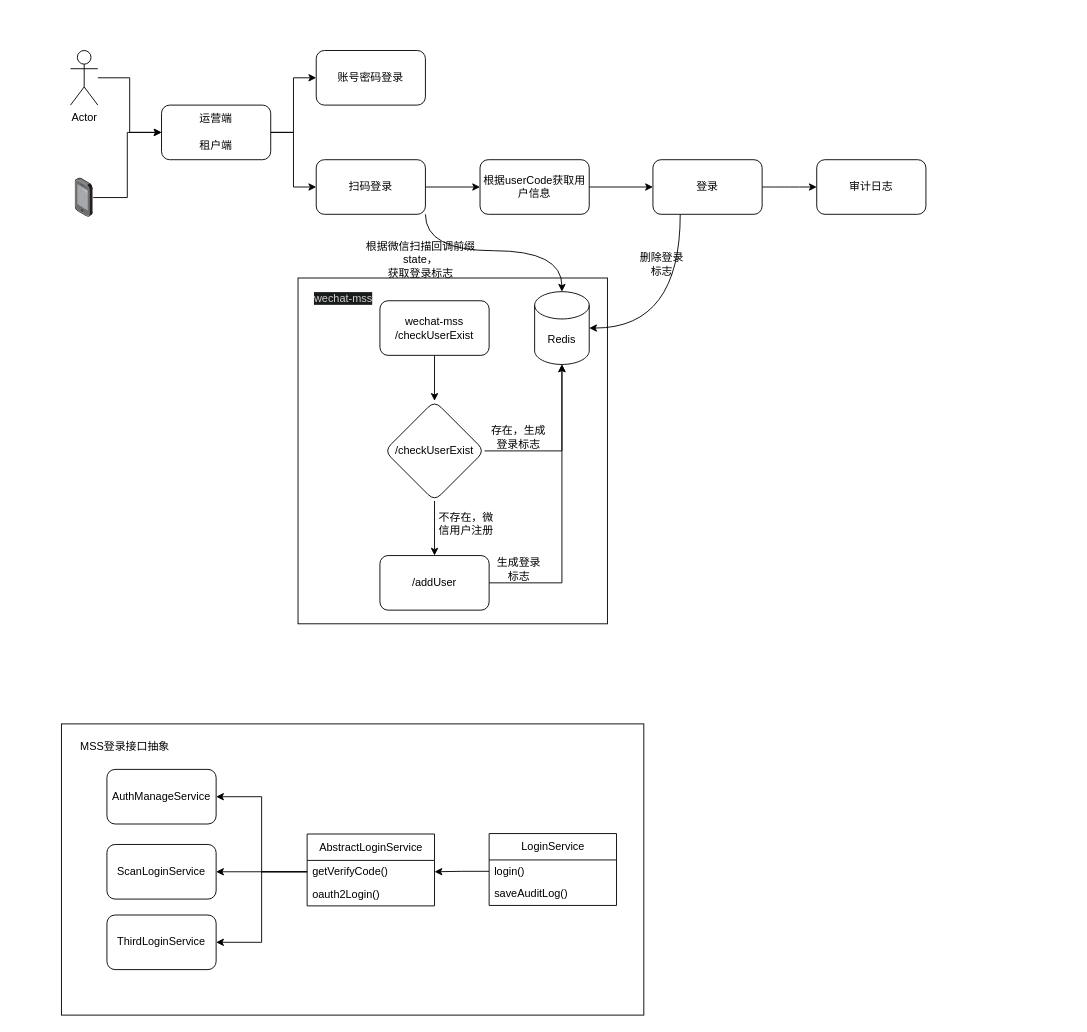
Before: ah-security/src/main/java/com/zhansc/ahsecurity/mss/mss登录认证.drawio in zhansc/worksheet, a draw.io diagram. Source tidied: cells renumbered, new cells numbered last; positions are measured from the earlier drawing's top-left corner, leaving out a move shared by most shapes. Both pictures are drawn from the tidied source at 91%, with x=0, y=0 at pixel (61, 50).
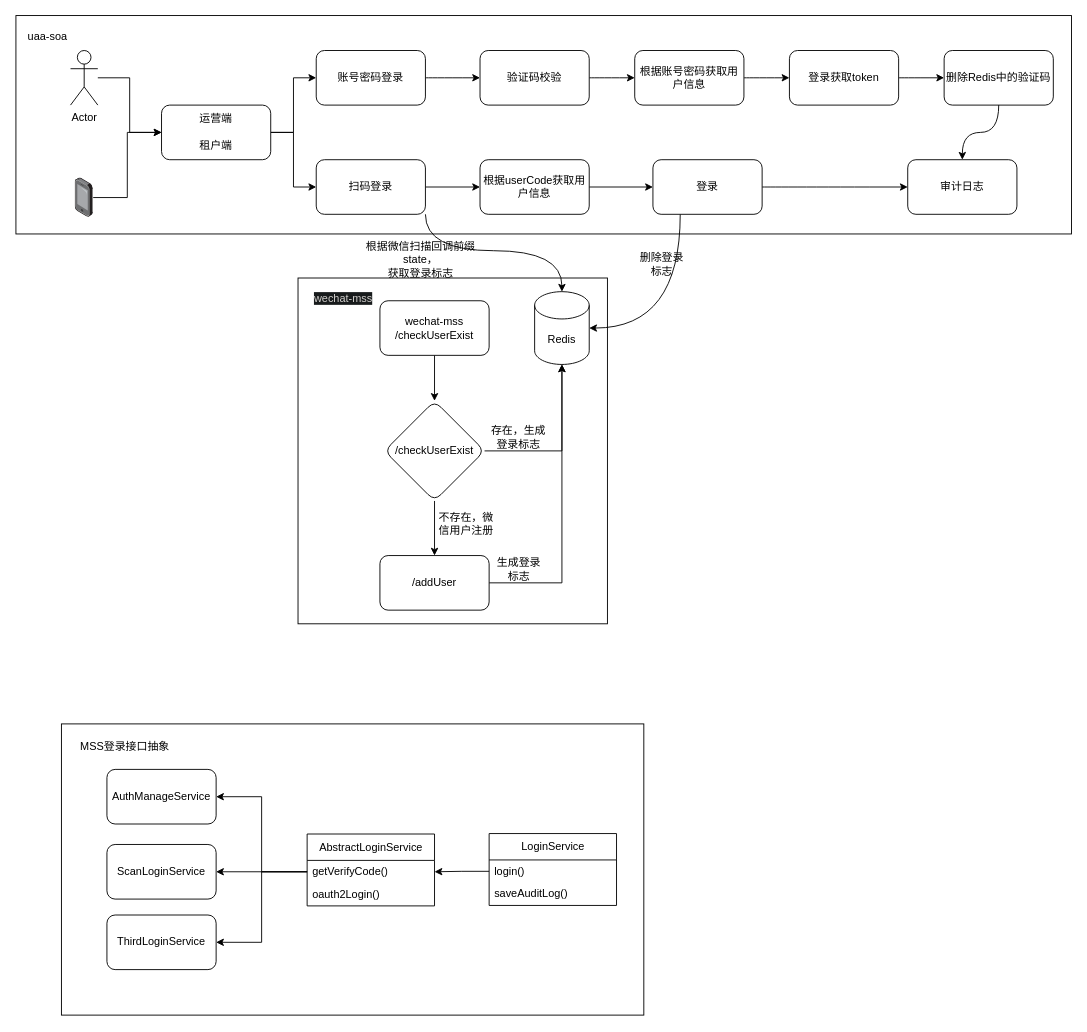
The same diagram, later.

Commit message:
更新mss登录认证.drawio

Unchanged cells that the change refers to:
```xml
<mxCell id="27" value="账号密码登录" style="rounded=1;whiteSpace=wrap;html=1;" parent="1" vertex="1">
  <mxGeometry x="280" width="120" height="60" as="geometry" />
</mxCell>
```

The edit, as a diff of the source:
```diff
@@
+    <mxCell id="51" style="rounded=0;whiteSpace=wrap;html=1;" parent="1" vertex="1">
+      <mxGeometry x="-50" y="-38.4" width="1160" height="240" as="geometry" />
+    </mxCell>
@@
+    <mxCell id="52" style="edgeStyle=orthogonalEdgeStyle;curved=1;rounded=0;jettySize=auto;html=1;" parent="1" edge="1" source="27" target="54">
+      <mxGeometry relative="1" as="geometry" />
+    </mxCell>
@@
     <mxCell id="50" value="审计日志" style="rounded=1;whiteSpace=wrap;html=1;" parent="1" vertex="1">
-      <mxGeometry x="830" y="120" width="120" height="60" as="geometry" />
+      <mxGeometry x="930" y="120" width="120" height="60" as="geometry" />
     </mxCell>
+    <mxCell id="53" style="edgeStyle=orthogonalEdgeStyle;curved=1;rounded=0;jettySize=auto;html=1;" parent="1" edge="1" source="54" target="56">
+      <mxGeometry relative="1" as="geometry" />
+    </mxCell>
+    <mxCell id="54" value="验证码校验" style="rounded=1;whiteSpace=wrap;html=1;" parent="1" vertex="1">
+      <mxGeometry x="460" width="120" height="60" as="geometry" />
+    </mxCell>
+    <mxCell id="55" style="edgeStyle=orthogonalEdgeStyle;curved=1;rounded=0;jettySize=auto;html=1;" parent="1" edge="1" source="56" target="58">
+      <mxGeometry relative="1" as="geometry" />
+    </mxCell>
+    <mxCell id="56" value="根据账号密码获取用户信息" style="rounded=1;whiteSpace=wrap;html=1;" parent="1" vertex="1">
+      <mxGeometry x="630" width="120" height="60" as="geometry" />
+    </mxCell>
+    <mxCell id="57" style="edgeStyle=orthogonalEdgeStyle;curved=1;rounded=0;jettySize=auto;html=1;" parent="1" edge="1" source="58" target="60">
+      <mxGeometry relative="1" as="geometry" />
+    </mxCell>
+    <mxCell id="58" value="登录获取token" style="rounded=1;whiteSpace=wrap;html=1;" parent="1" vertex="1">
+      <mxGeometry x="800" width="120" height="60" as="geometry" />
+    </mxCell>
+    <mxCell id="59" style="edgeStyle=orthogonalEdgeStyle;curved=1;rounded=0;jettySize=auto;html=1;entryX=0.5;entryY=0;entryDx=0;entryDy=0;" parent="1" edge="1" source="60" target="50">
+      <mxGeometry relative="1" as="geometry" />
+    </mxCell>
+    <mxCell id="60" value="删除Redis中的验证码" style="rounded=1;whiteSpace=wrap;html=1;" parent="1" vertex="1">
+      <mxGeometry x="970" width="120" height="60" as="geometry" />
+    </mxCell>
+    <mxCell id="61" value="uaa-soa" style="text;html=1;strokeColor=none;fillColor=none;align=center;verticalAlign=middle;whiteSpace=wrap;rounded=0;" parent="1" vertex="1">
+      <mxGeometry x="-45" y="-30" width="60" height="30" as="geometry" />
+    </mxCell>
```
